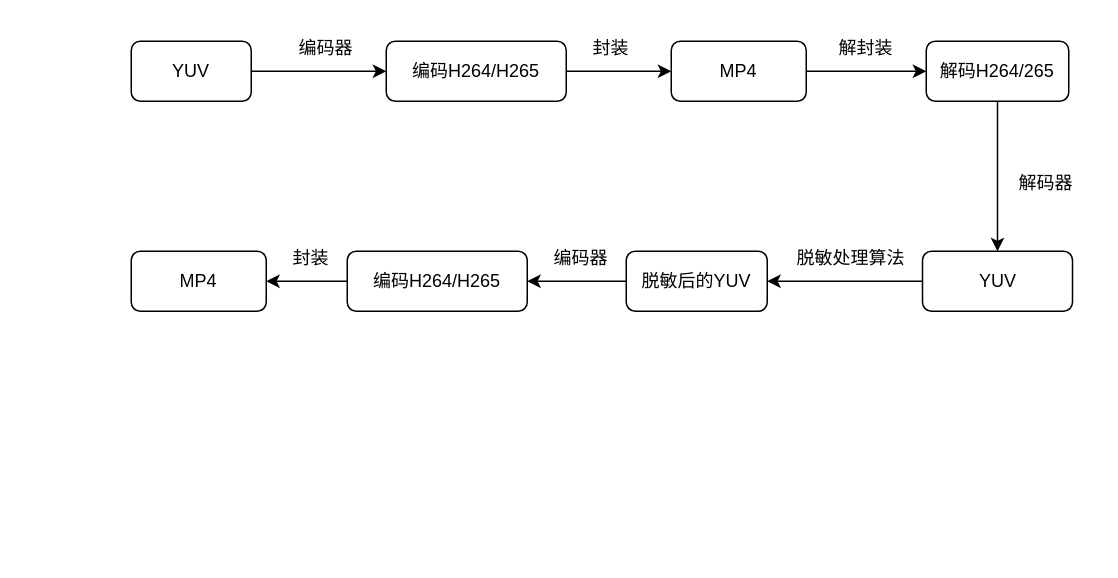
This is 传统脱敏流程图.drawio from huanyu1991/Angular-app, a draw.io file, before an edit. Source tidied: cells renumbered, new cells numbered last; positions are measured from the earlier drawing's top-left corner, leaving out a move shared by most shapes. Both pictures are drawn from the tidied source at 150%, with x=0, y=0 at pixel (130, 26).
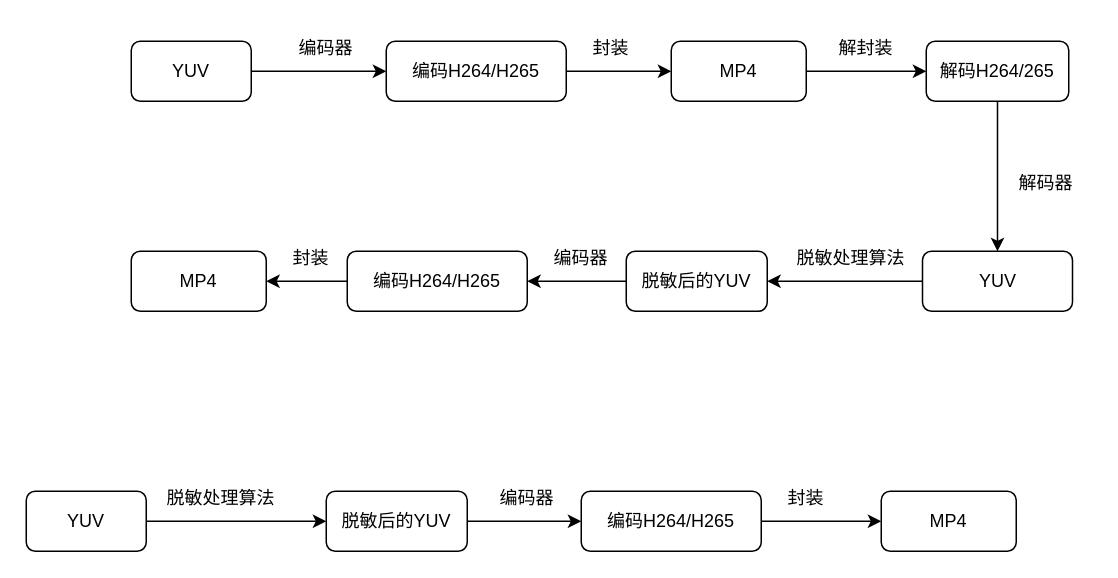
After the change.

Commit message:
Update 传统脱敏流程图.drawio

Diff of the diagram source:
```diff
@@
+    <mxCell id="24" style="edgeStyle=orthogonalEdgeStyle;rounded=0;jettySize=auto;html=1;exitX=1;exitY=0.5;exitDx=0;exitDy=0;" parent="1" edge="1" source="25" target="32">
+      <mxGeometry relative="1" as="geometry" />
+    </mxCell>
+    <mxCell id="25" value="YUV" style="rounded=1;whiteSpace=wrap;html=1;fontSize=12;glass=0;strokeWidth=1;shadow=0;" parent="1" vertex="1">
+      <mxGeometry x="-70" y="310" width="80" height="40" as="geometry" />
+    </mxCell>
+    <mxCell id="26" style="edgeStyle=orthogonalEdgeStyle;rounded=0;jettySize=auto;html=1;exitX=1;exitY=0.5;exitDx=0;exitDy=0;" parent="1" edge="1" source="27" target="28">
+      <mxGeometry relative="1" as="geometry" />
+    </mxCell>
+    <mxCell id="27" value="编码H264/H265" style="rounded=1;whiteSpace=wrap;html=1;fontSize=12;glass=0;strokeWidth=1;shadow=0;" parent="1" vertex="1">
+      <mxGeometry x="300" y="310" width="120" height="40" as="geometry" />
+    </mxCell>
+    <mxCell id="28" value="MP4" style="rounded=1;whiteSpace=wrap;html=1;fontSize=12;glass=0;strokeWidth=1;shadow=0;" parent="1" vertex="1">
+      <mxGeometry x="500" y="310" width="90" height="40" as="geometry" />
+    </mxCell>
+    <mxCell id="29" value="封装" style="text;strokeColor=none;align=center;fillColor=none;html=1;verticalAlign=middle;whiteSpace=wrap;rounded=0;" parent="1" vertex="1">
+      <mxGeometry x="420" y="300" width="60" height="30" as="geometry" />
+    </mxCell>
+    <mxCell id="30" value="编码器" style="text;strokeColor=none;align=center;fillColor=none;html=1;verticalAlign=middle;whiteSpace=wrap;rounded=0;" parent="1" vertex="1">
+      <mxGeometry x="233.5" y="300" width="60" height="30" as="geometry" />
+    </mxCell>
+    <mxCell id="31" style="edgeStyle=orthogonalEdgeStyle;rounded=0;jettySize=auto;html=1;exitX=1;exitY=0.5;exitDx=0;exitDy=0;" parent="1" edge="1" source="32" target="27">
+      <mxGeometry relative="1" as="geometry" />
+    </mxCell>
+    <mxCell id="32" value="&lt;p class=&quot;MsoNormal&quot;&gt;脱敏后的YUV&lt;/p&gt;" style="rounded=1;whiteSpace=wrap;html=1;fontSize=12;glass=0;strokeWidth=1;shadow=0;" parent="1" vertex="1">
+      <mxGeometry x="130" y="310" width="94" height="40" as="geometry" />
+    </mxCell>
+    <mxCell id="33" value="脱敏处理算法" style="text;strokeColor=none;align=center;fillColor=none;html=1;verticalAlign=middle;whiteSpace=wrap;rounded=0;" parent="1" vertex="1">
+      <mxGeometry x="20" y="300" width="80" height="30" as="geometry" />
+    </mxCell>
```
